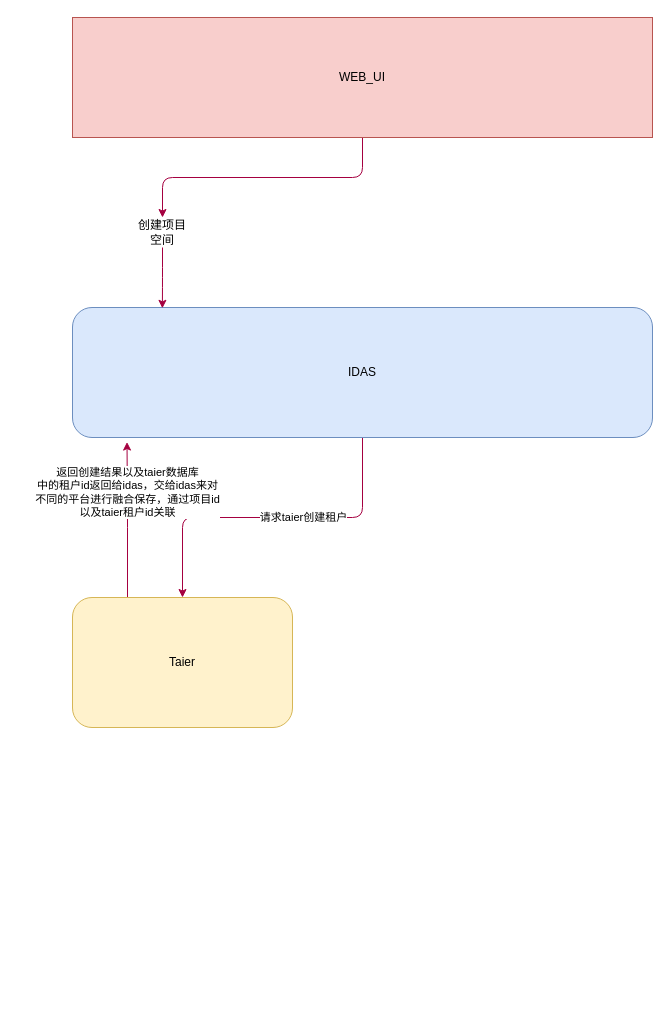
Above: 9zdata/iDas/iDas和Taier之间的项目结合.drawio in kushinae/diagrams (draw.io), before the change. Source tidied: cells renumbered, new cells numbered last; positions are measured from the earlier drawing's top-left corner, leaving out a move shared by most shapes. Both pictures are drawn from the tidied source at 100%, with x=0, y=0 at pixel (72, 17).
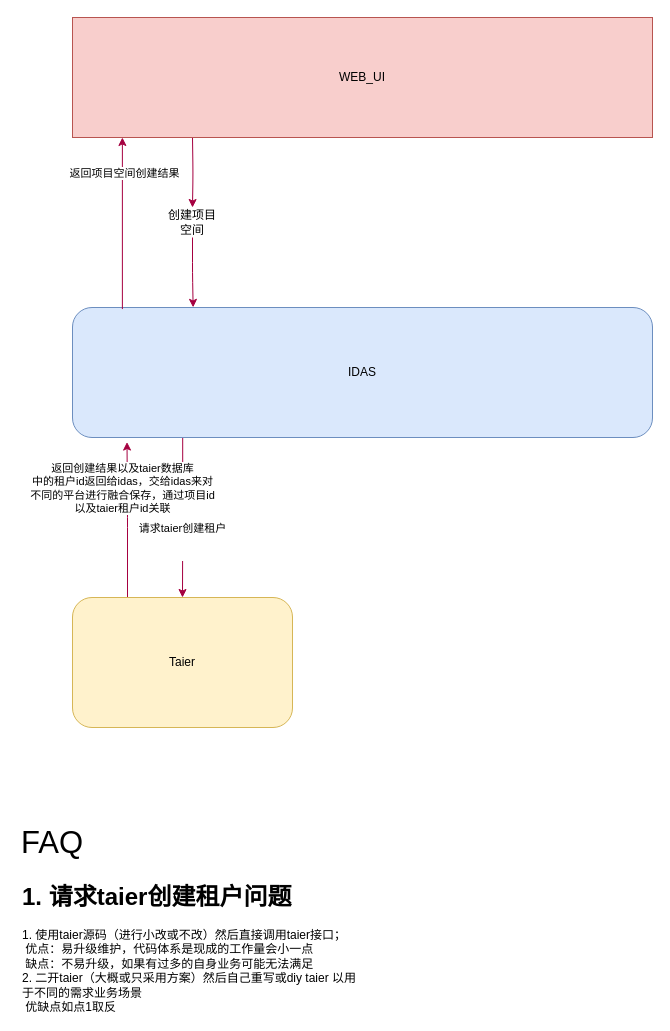
The same diagram, later.

Commit message (it also covers changes not shown here):
更新iDas和Taier之间的项目结合.drawio

The edit, as a diff of the source:
```diff
@@
 <mxGraphModel>
   <root>
     <mxCell id="0" />
     <mxCell id="1" parent="0" />
-    <mxCell id="2" style="edgeStyle=orthogonalEdgeStyle;curved=0;rounded=1;sketch=0;jettySize=auto;html=1;entryX=0.5;entryY=0;entryDx=0;entryDy=0;fillColor=#d80073;strokeColor=#A50040;" parent="1" edge="1" source="3" target="7">
-      <mxGeometry relative="1" as="geometry" />
+    <mxCell id="2" style="edgeStyle=orthogonalEdgeStyle;curved=0;rounded=1;sketch=0;jettySize=auto;html=1;entryX=0.5;entryY=0;entryDx=0;entryDy=0;fillColor=#d80073;strokeColor=#A50040;" parent="1" edge="1" target="7">
+      <mxGeometry relative="1" as="geometry">
+        <mxPoint x="120" y="120" as="sourcePoint" />
+      </mxGeometry>
     </mxCell>
     <mxCell id="3" value="WEB_UI" style="rounded=0;whiteSpace=wrap;html=1;fontSize=12;fillColor=#f8cecc;strokeColor=#b85450;" parent="1" vertex="1">
       <mxGeometry width="580" height="120" as="geometry" />
     </mxCell>
-    <mxCell id="4" value="&#10;&#10;&lt;span style=&quot;color: rgb(0, 0, 0); font-family: helvetica; font-size: 11px; font-style: normal; font-weight: 400; letter-spacing: normal; text-align: center; text-indent: 0px; text-transform: none; word-spacing: 0px; background-color: rgb(255, 255, 255); display: inline; float: none;&quot;&gt;请求taier创建租户&lt;/span&gt;&#10;&#10;" style="edgeStyle=orthogonalEdgeStyle;curved=0;rounded=1;sketch=0;jettySize=auto;html=1;entryX=0.5;entryY=0;entryDx=0;entryDy=0;fillColor=#d80073;strokeColor=#A50040;" parent="1" edge="1" source="5" target="10">
-      <mxGeometry x="-0.18" relative="1" as="geometry" />
+    <mxCell id="4" value="&#10;&#10;&lt;span style=&quot;color: rgb(0, 0, 0); font-family: helvetica; font-size: 11px; font-style: normal; font-weight: 400; letter-spacing: normal; text-align: center; text-indent: 0px; text-transform: none; word-spacing: 0px; background-color: rgb(255, 255, 255); display: inline; float: none;&quot;&gt;请求taier创建租户&lt;/span&gt;&#10;&#10;" style="edgeStyle=orthogonalEdgeStyle;curved=0;rounded=1;sketch=0;jettySize=auto;html=1;entryX=0.5;entryY=0;entryDx=0;entryDy=0;fillColor=#d80073;strokeColor=#A50040;exitX=0.19;exitY=1;exitDx=0;exitDy=0;exitPerimeter=0;" parent="1" edge="1" source="5" target="10">
+      <mxGeometry x="0.13" relative="1" as="geometry" />
     </mxCell>
     <mxCell id="5" value="IDAS" style="rounded=1;whiteSpace=wrap;html=1;sketch=0;fillColor=#dae8fc;strokeColor=#6c8ebf;" parent="1" vertex="1">
       <mxGeometry y="290" width="580" height="130" as="geometry" />
     </mxCell>
-    <mxCell id="6" style="edgeStyle=orthogonalEdgeStyle;curved=0;rounded=1;sketch=0;jettySize=auto;html=1;exitX=0.5;exitY=1;exitDx=0;exitDy=0;entryX=0.155;entryY=0.006;entryDx=0;entryDy=0;entryPerimeter=0;fillColor=#d80073;strokeColor=#A50040;" parent="1" edge="1" source="7" target="5">
+    <mxCell id="6" style="edgeStyle=orthogonalEdgeStyle;curved=0;rounded=1;sketch=0;jettySize=auto;html=1;exitX=0.5;exitY=1;exitDx=0;exitDy=0;entryX=0.208;entryY=-0.001;entryDx=0;entryDy=0;entryPerimeter=0;fillColor=#d80073;strokeColor=#A50040;" parent="1" edge="1" source="7" target="5">
       <mxGeometry relative="1" as="geometry" />
     </mxCell>
     <mxCell id="7" value="创建项目空间" style="text;html=1;strokeColor=none;fillColor=none;align=center;verticalAlign=middle;whiteSpace=wrap;rounded=0;sketch=0;" parent="1" vertex="1">
-      <mxGeometry x="60" y="200" width="60" height="30" as="geometry" />
+      <mxGeometry x="90" y="190" width="60" height="30" as="geometry" />
     </mxCell>
     <mxCell id="8" style="edgeStyle=orthogonalEdgeStyle;curved=0;rounded=1;sketch=0;jettySize=auto;html=1;exitX=0.25;exitY=0;exitDx=0;exitDy=0;entryX=0.094;entryY=1.035;entryDx=0;entryDy=0;entryPerimeter=0;fillColor=#d80073;strokeColor=#A50040;" parent="1" edge="1" source="10" target="5">
       <mxGeometry relative="1" as="geometry" />
     </mxCell>
     <mxCell id="9" value="返回创建结果以及taier数据库&lt;br&gt;中的租户id返回给idas，交给idas来对&lt;br&gt;不同的平台进行融合保存，通过项目id&lt;br&gt;以及taier租户id关联" style="edgeLabel;html=1;align=center;verticalAlign=middle;" parent="8" vertex="1">
-      <mxGeometry x="0.36" relative="1" as="geometry" />
+      <mxGeometry x="0.36" relative="1" as="geometry">
+        <mxPoint x="-5" y="-4" as="offset" />
+      </mxGeometry>
     </mxCell>
     <mxCell id="10" value="Taier" style="rounded=1;whiteSpace=wrap;html=1;sketch=0;fillColor=#fff2cc;strokeColor=#d6b656;" parent="1" vertex="1">
       <mxGeometry y="580" width="220" height="130" as="geometry" />
     </mxCell>
+    <mxCell id="11" style="endArrow=classic;html=1;rounded=1;sketch=0;curved=0;exitX=0.086;exitY=0.012;exitDx=0;exitDy=0;exitPerimeter=0;entryX=0.086;entryY=1;entryDx=0;entryDy=0;entryPerimeter=0;fillColor=#d80073;strokeColor=#A50040;" parent="1" edge="1" source="5" target="3">
+      <mxGeometry relative="1" as="geometry" />
+    </mxCell>
+    <mxCell id="12" value="返回项目空间创建结果" style="edgeLabel;html=1;align=center;verticalAlign=middle;" parent="11" vertex="1">
+      <mxGeometry x="0.59" y="-2" relative="1" as="geometry" />
+    </mxCell>
+    <mxCell id="13" value="&lt;h1&gt;1. 请求taier创建租户问题&lt;/h1&gt;&lt;div&gt;1. 使用taier源码（进行小改或不改）然后直接调用taier接口；&lt;/div&gt;&lt;div&gt;&lt;span style=&quot;white-space: pre&quot;&gt; &lt;/span&gt;优点：易升级维护，代码体系是现成的工作量会小一点&lt;br&gt;&lt;/div&gt;&lt;div&gt;&lt;span style=&quot;white-space: pre&quot;&gt; &lt;/span&gt;缺点：不易升级，如果有过多的自身业务可能无法满足&lt;br&gt;&lt;/div&gt;&lt;div&gt;2. 二开taier（大概或只采用方案）然后自己重写或diy taier 以用于不同的需求业务场景&lt;/div&gt;&lt;div&gt;&lt;span style=&quot;white-space: pre&quot;&gt; &lt;/span&gt;优缺点如点1取反&lt;br&gt;&lt;/div&gt;" style="text;html=1;strokeColor=none;fillColor=none;spacing=5;spacingTop=-20;whiteSpace=wrap;overflow=hidden;rounded=0;sketch=0;" parent="1" vertex="1">
+      <mxGeometry x="-55" y="860" width="350" height="136" as="geometry" />
+    </mxCell>
+    <mxCell id="14" value="&lt;font style=&quot;font-size: 31px&quot;&gt;FAQ&lt;/font&gt;" style="text;html=1;strokeColor=none;fillColor=none;align=center;verticalAlign=middle;whiteSpace=wrap;rounded=0;sketch=0;" parent="1" vertex="1">
+      <mxGeometry x="-50" y="810" width="60" height="30" as="geometry" />
+    </mxCell>
   </root>
 </mxGraphModel>
```
